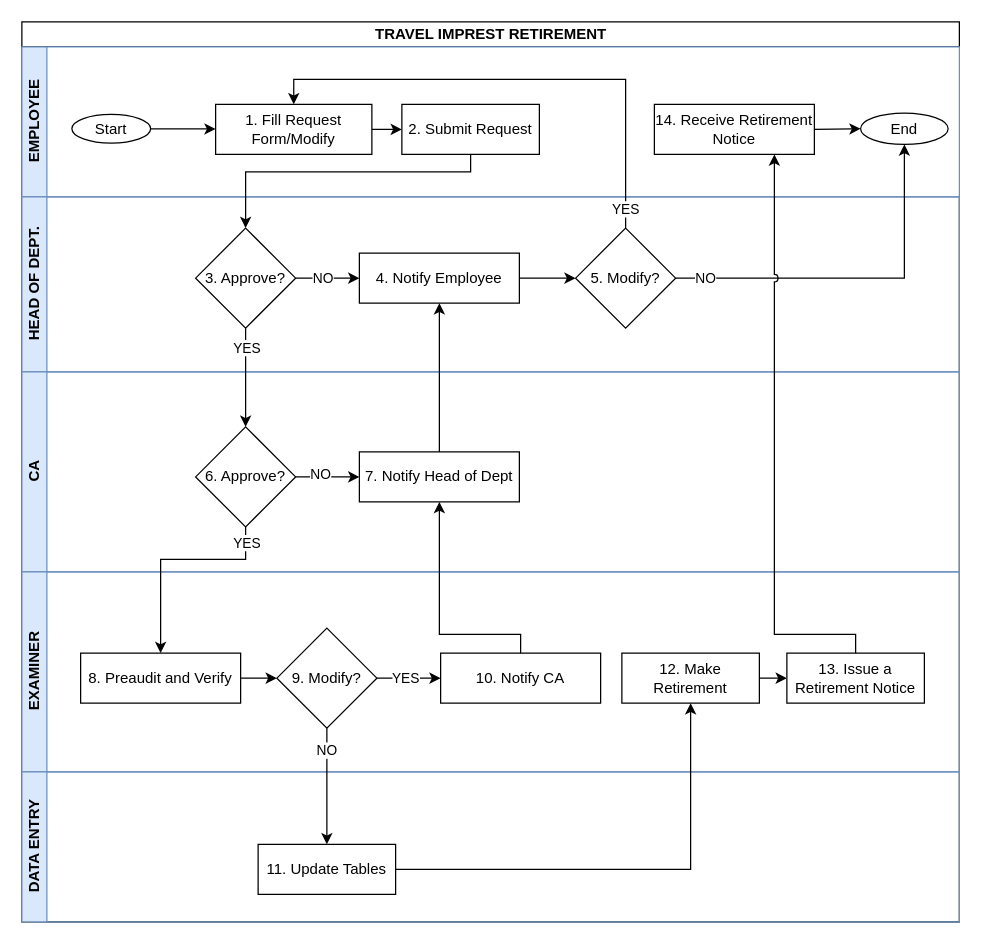
This is page "Imprest Retirement" (7 of 13) of wajibika/wajibika-sketches.drawio from MbalamulaS/tech-diagrams, a draw.io file, before an edit. Source tidied: cells renumbered, new cells numbered last; positions are measured from the earlier drawing's top-left corner, leaving out a move shared by most shapes. Both pictures are drawn from the tidied source at 125%, with x=0, y=0 at pixel (21, 21).
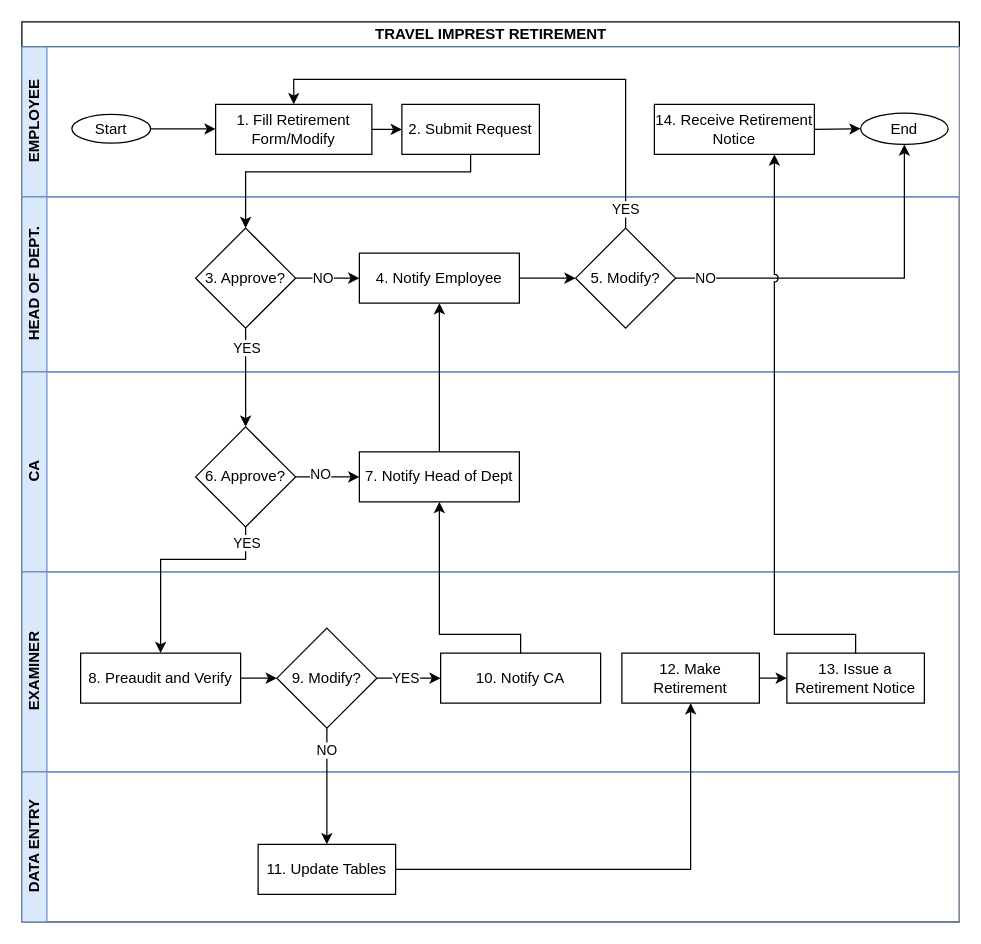
The same page after the edit.

Unchanged cells that the change refers to:
```xml
<mxCell id="3" value="EMPLOYEE" style="swimlane;startSize=20;horizontal=0;html=1;fillColor=#dae8fc;strokeColor=#6c8ebf;swimlaneFillColor=#FFFFFF;" parent="2" vertex="1">
  <mxGeometry y="20" width="750" height="120" as="geometry" />
</mxCell>
```

The edit, as a diff of the source:
```diff
@@
-    <mxCell id="6" value="1. Fill Request Form/Modify" style="whiteSpace=wrap;html=1;" parent="3" vertex="1">
+    <mxCell id="6" value="1. Fill Retirement Form/Modify" style="whiteSpace=wrap;html=1;" parent="3" vertex="1">
       <mxGeometry x="155" y="46" width="125" height="40" as="geometry" />
     </mxCell>
```
